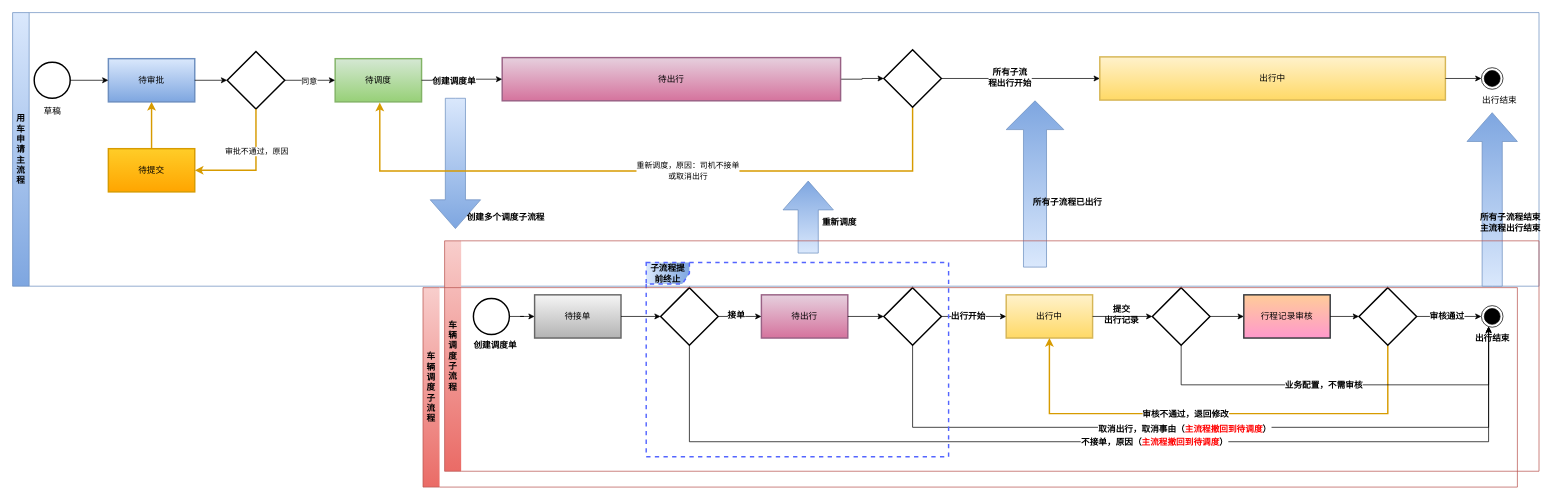
Before: 车辆调度2.drawio in chenzhi666/doc, a draw.io diagram. Source tidied: cells renumbered, new cells numbered last; positions are measured from the earlier drawing's top-left corner, leaving out a move shared by most shapes. Both pictures are drawn from the tidied source at 72%, with x=0, y=0 at pixel (12, 12).
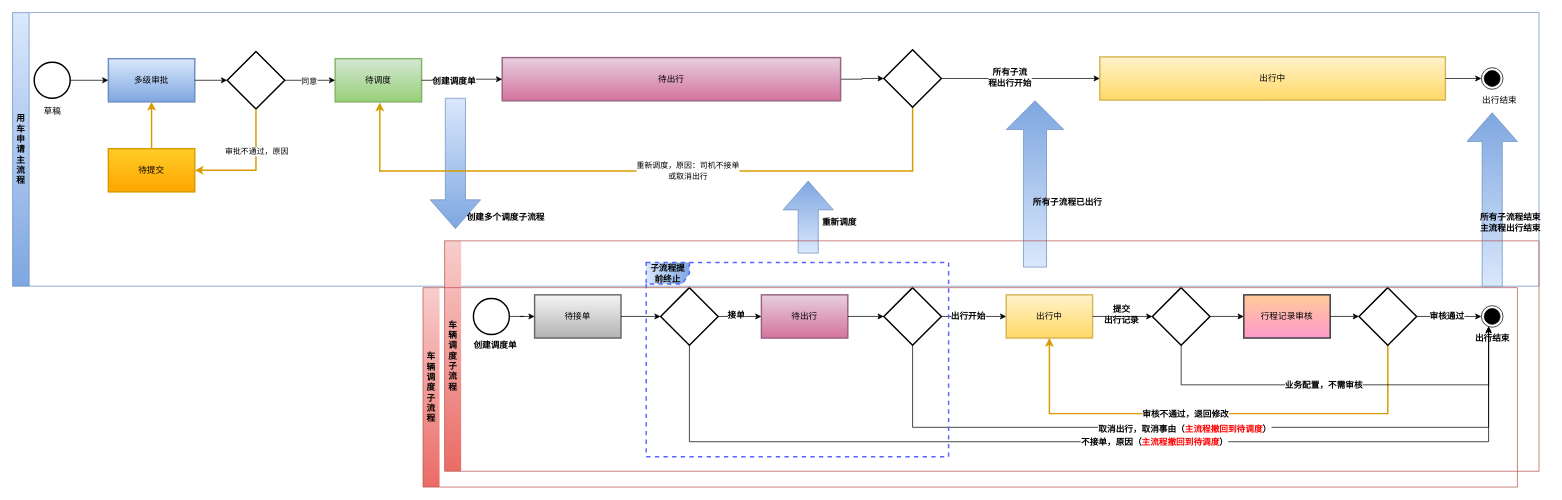
Above is the later version.

Commit message:
更新车辆调度2.drawio

Unchanged cells that the change refers to:
```xml
<mxCell id="2" style="group;" parent="1" vertex="1">
  <mxGeometry width="2135" height="659" as="geometry" />
</mxCell>
```

Diff of the diagram source:
```diff
@@
-    <mxCell id="3" value="待审批" style="whiteSpace=wrap;html=1;strokeWidth=2;fillColor=#dae8fc;gradientColor=#7ea6e0;strokeColor=#6c8ebf;" parent="2" vertex="1">
+    <mxCell id="3" value="多级审批" style="whiteSpace=wrap;html=1;strokeWidth=2;fillColor=#dae8fc;gradientColor=#7ea6e0;strokeColor=#6c8ebf;" parent="2" vertex="1">
       <mxGeometry x="133" y="64" width="120" height="60" as="geometry" />
     </mxCell>
```
